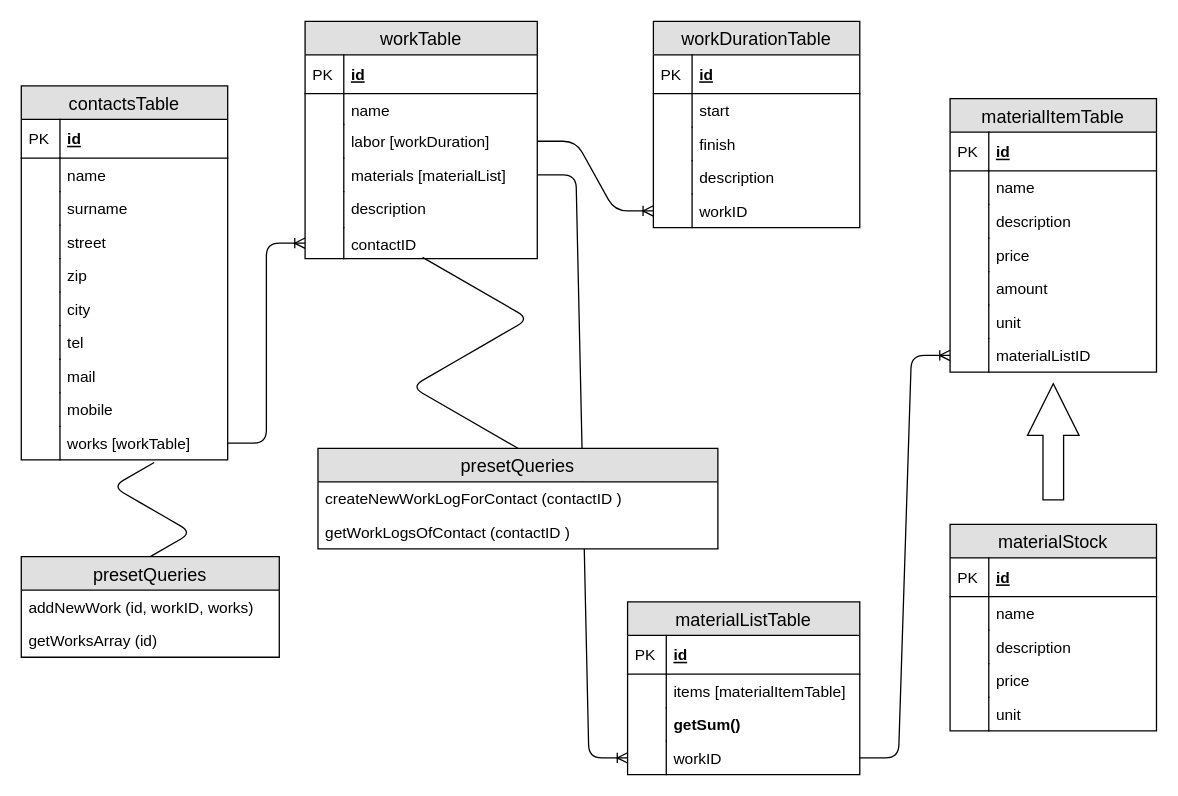
Earlier version of the draw.io diagram src/db/models/diagram.drawio (softberry/timemanager). Source tidied: cells renumbered, new cells numbered last; positions are measured from the earlier drawing's top-left corner, leaving out a move shared by most shapes. Both pictures are drawn from the tidied source at 129%, with x=0, y=0 at pixel (21, 21).
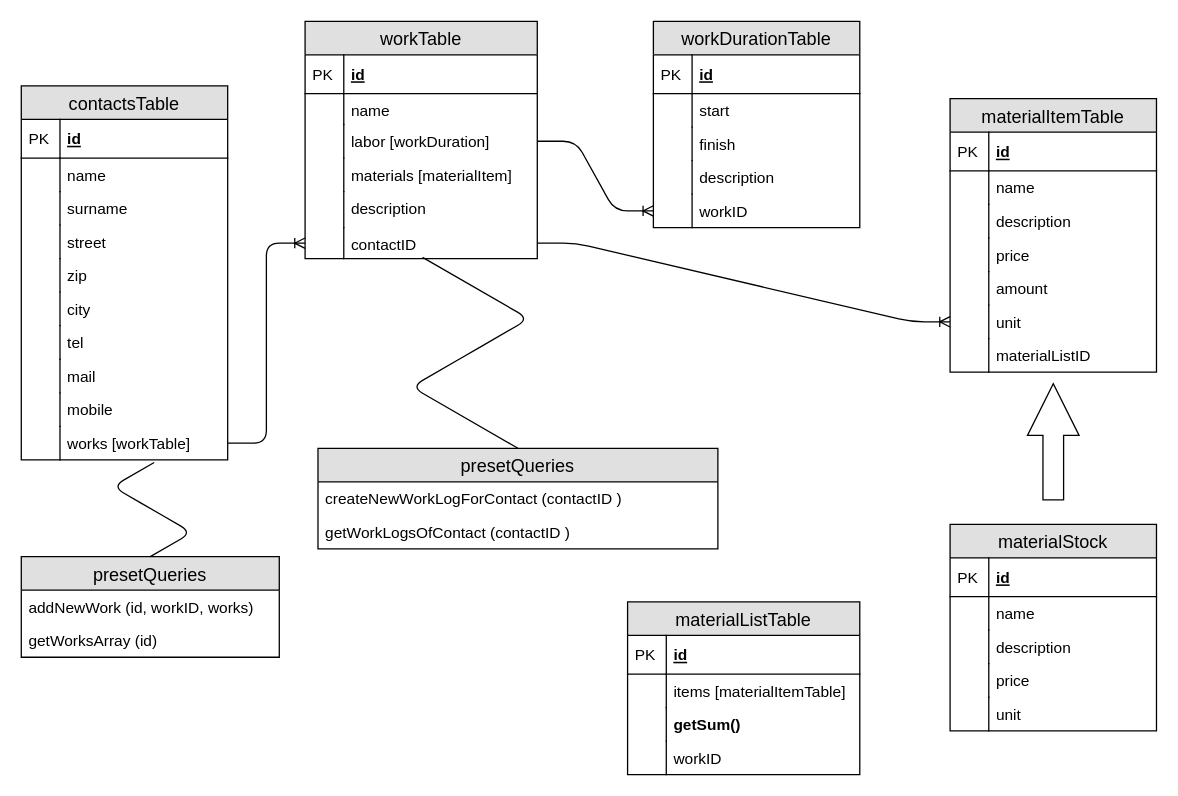
The same page after the edit.

Unchanged cells that the change refers to:
```xml
<mxCell id="2" value="workTable" style="swimlane;fontStyle=0;horizontal=1;startSize=26;fillColor=#e0e0e0;swimlaneFillColor=#ffffff;align=center;fontSize=14;rounded=0;" parent="1" vertex="1">
  <mxGeometry x="220" width="180" height="184" as="geometry" />
</mxCell>
<mxCell id="13" value="contactID" style="shape=partialRectangle;top=0;left=0;right=0;bottom=0;align=left;verticalAlign=top;fillColor=none;spacingLeft=34;spacingRight=4;overflow=hidden;points=[[0,0.5],[1,0.5]];portConstraint=eastwest;fontSize=12;" parent="2" vertex="1">
  <mxGeometry y="160" width="180" height="24" as="geometry" />
</mxCell>
<mxCell id="33" value="workID" style="shape=partialRectangle;top=0;left=0;right=0;bottom=0;align=left;verticalAlign=top;fillColor=none;spacingLeft=34;spacingRight=4;overflow=hidden;points=[[0,0.5],[1,0.5]];portConstraint=eastwest;fontSize=12;" parent="26" vertex="1">
  <mxGeometry y="108" width="180" height="26" as="geometry" />
</mxCell>
<mxCell id="46" value="unit" style="shape=partialRectangle;top=0;left=0;right=0;bottom=0;align=left;verticalAlign=top;fillColor=none;spacingLeft=34;spacingRight=4;overflow=hidden;points=[[0,0.5],[1,0.5]];portConstraint=eastwest;fontSize=12;" parent="35" vertex="1">
  <mxGeometry y="160" width="160" height="26" as="geometry" />
</mxCell>
<mxCell id="48" value="materialListID" style="shape=partialRectangle;top=0;left=0;right=0;bottom=0;align=left;verticalAlign=top;fillColor=none;spacingLeft=34;spacingRight=4;overflow=hidden;points=[[0,0.5],[1,0.5]];portConstraint=eastwest;fontSize=12;" parent="35" vertex="1">
  <mxGeometry y="186" width="160" height="26" as="geometry" />
</mxCell>
```

Change to the diagram source:
```diff
@@
-    <mxCell id="9" value="materials [materialList]" style="shape=partialRectangle;top=0;left=0;right=0;bottom=0;align=left;verticalAlign=top;fillColor=none;spacingLeft=34;spacingRight=4;overflow=hidden;points=[[0,0.5],[1,0.5]];portConstraint=eastwest;fontSize=12;" parent="2" vertex="1">
+    <mxCell id="9" value="materials [materialItem]" style="shape=partialRectangle;top=0;left=0;right=0;bottom=0;align=left;verticalAlign=top;fillColor=none;spacingLeft=34;spacingRight=4;overflow=hidden;points=[[0,0.5],[1,0.5]];portConstraint=eastwest;fontSize=12;" parent="2" vertex="1">
       <mxGeometry y="106" width="180" height="26" as="geometry" />
     </mxCell>
@@
-    <mxCell id="63" style="edgeStyle=entityRelationEdgeStyle;fontSize=12;html=1;endArrow=ERoneToMany;exitX=1;exitY=0.5;exitDx=0;exitDy=0;entryX=0;entryY=0.5;entryDx=0;entryDy=0;" parent="1" edge="1" source="9" target="33">
+    <mxCell id="63" style="edgeStyle=entityRelationEdgeStyle;fontSize=12;html=1;endArrow=ERoneToMany;entryX=0;entryY=0.5;entryDx=0;entryDy=0;" parent="1" edge="1" source="13" target="46">
       <mxGeometry relative="1" as="geometry" />
     </mxCell>
-    <mxCell id="64" style="edgeStyle=entityRelationEdgeStyle;fontSize=12;html=1;endArrow=ERoneToMany;entryX=0;entryY=0.5;entryDx=0;entryDy=0;exitX=1;exitY=0.5;exitDx=0;exitDy=0;" parent="1" edge="1" source="33" target="48">
-      <mxGeometry relative="1" as="geometry" />
-    </mxCell>
```
